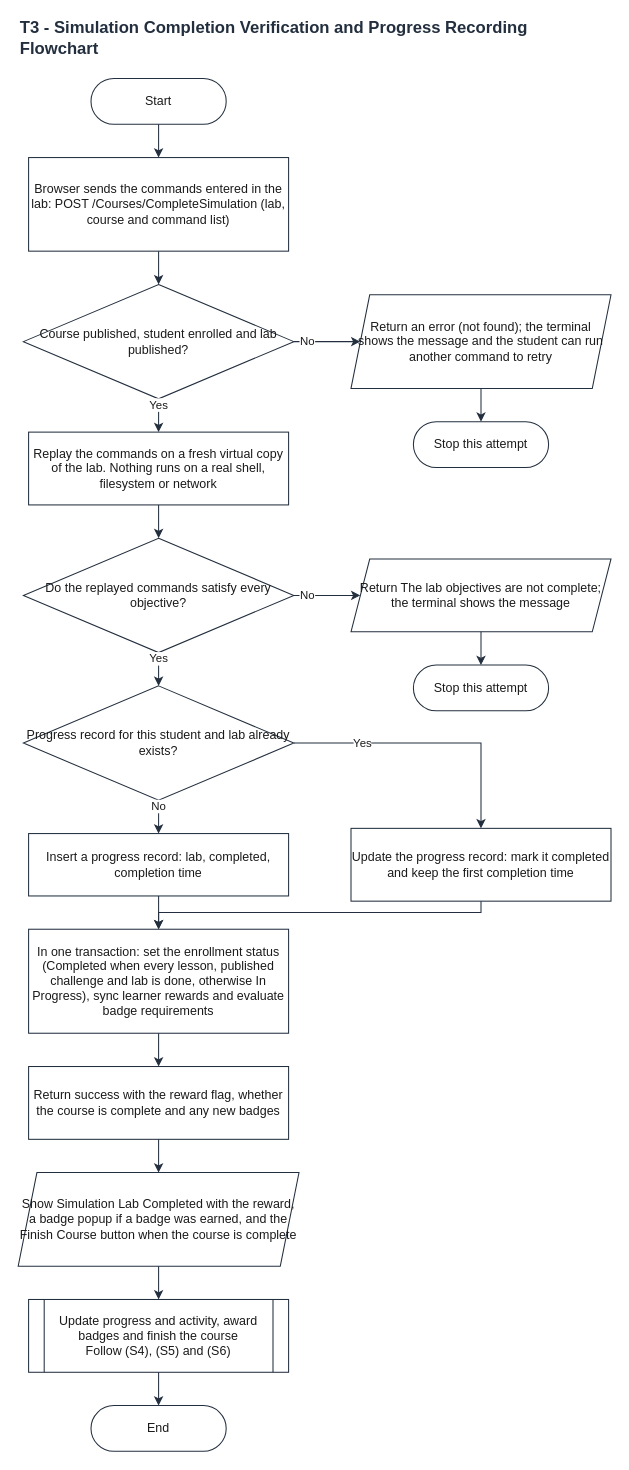
pikaitoh/HackAcad.Web keeps this draw.io diagram as UML DIAGRAMS/HackAcad_Terminal_Flowcharts/HackAcad_T3_Simulation_Completion_Verification.drawio. Above is the earlier version. Source tidied: cells renumbered, new cells numbered last; positions are measured from the earlier drawing's top-left corner, leaving out a move shared by most shapes. Both pictures are drawn from the tidied source at 104%, with x=0, y=0 at pixel (18, 22).
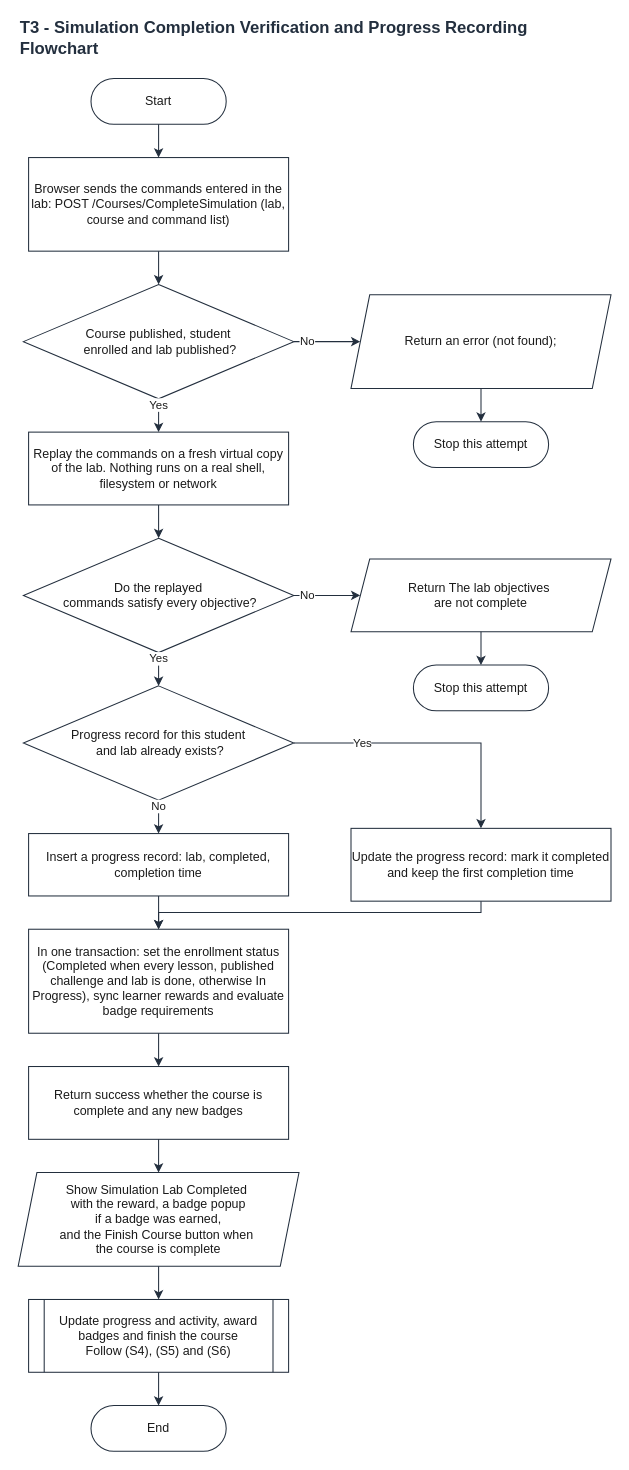
Above is the later version.

Commit message (it also covers changes not shown here):
updated terminal flowchart

The edit, as a diff of the source:
```diff
@@
-    <mxCell id="5" value="Course published, student enrolled and lab published?" style="rhombus;whiteSpace=wrap;html=1;fontFamily=Helvetica;fontSize=12;fontColor=#1A1A1A;strokeColor=#232F3E;fillColor=#FFFFFF;strokeWidth=1;" parent="1" vertex="1">
+    <mxCell id="5" value="&lt;div&gt;Course published, student&lt;/div&gt;&lt;div&gt;&amp;nbsp;enrolled and lab published?&lt;/div&gt;" style="rhombus;whiteSpace=wrap;html=1;fontFamily=Helvetica;fontSize=12;fontColor=#1A1A1A;strokeColor=#232F3E;fillColor=#FFFFFF;strokeWidth=1;" parent="1" vertex="1">
       <mxGeometry x="5" y="252" width="260" height="110" as="geometry" />
     </mxCell>
-    <mxCell id="6" value="Return an error (not found); the terminal shows the message and the student can run another command to retry" style="shape=parallelogram;perimeter=parallelogramPerimeter;fixedSize=1;size=18;whiteSpace=wrap;html=1;fontFamily=Helvetica;fontSize=12;fontColor=#1A1A1A;strokeColor=#232F3E;fillColor=#FFFFFF;strokeWidth=1;" parent="1" vertex="1">
+    <mxCell id="6" value="Return an error (not found);" style="shape=parallelogram;perimeter=parallelogramPerimeter;fixedSize=1;size=18;whiteSpace=wrap;html=1;fontFamily=Helvetica;fontSize=12;fontColor=#1A1A1A;strokeColor=#232F3E;fillColor=#FFFFFF;strokeWidth=1;" parent="1" vertex="1">
       <mxGeometry x="320" y="262" width="250" height="90" as="geometry" />
     </mxCell>
@@
-    <mxCell id="9" value="Do the replayed commands satisfy every objective?" style="rhombus;whiteSpace=wrap;html=1;fontFamily=Helvetica;fontSize=12;fontColor=#1A1A1A;strokeColor=#232F3E;fillColor=#FFFFFF;strokeWidth=1;" parent="1" vertex="1">
+    <mxCell id="9" value="&lt;div&gt;Do the replayed&lt;/div&gt;&lt;div&gt;&amp;nbsp;commands satisfy every objective?&lt;/div&gt;" style="rhombus;whiteSpace=wrap;html=1;fontFamily=Helvetica;fontSize=12;fontColor=#1A1A1A;strokeColor=#232F3E;fillColor=#FFFFFF;strokeWidth=1;" parent="1" vertex="1">
       <mxGeometry x="5" y="496" width="260" height="110" as="geometry" />
     </mxCell>
-    <mxCell id="10" value="Return The lab objectives are not complete; the terminal shows the message" style="shape=parallelogram;perimeter=parallelogramPerimeter;fixedSize=1;size=18;whiteSpace=wrap;html=1;fontFamily=Helvetica;fontSize=12;fontColor=#1A1A1A;strokeColor=#232F3E;fillColor=#FFFFFF;strokeWidth=1;" parent="1" vertex="1">
+    <mxCell id="10" value="&lt;div&gt;Return The lab objectives&amp;nbsp;&lt;/div&gt;&lt;div&gt;are not complete&lt;/div&gt;" style="shape=parallelogram;perimeter=parallelogramPerimeter;fixedSize=1;size=18;whiteSpace=wrap;html=1;fontFamily=Helvetica;fontSize=12;fontColor=#1A1A1A;strokeColor=#232F3E;fillColor=#FFFFFF;strokeWidth=1;" parent="1" vertex="1">
       <mxGeometry x="320" y="516" width="250" height="70" as="geometry" />
     </mxCell>
@@
-    <mxCell id="12" value="Progress record for this student and lab already exists?" style="rhombus;whiteSpace=wrap;html=1;fontFamily=Helvetica;fontSize=12;fontColor=#1A1A1A;strokeColor=#232F3E;fillColor=#FFFFFF;strokeWidth=1;" parent="1" vertex="1">
+    <mxCell id="12" value="&lt;div&gt;Progress record for this student&lt;/div&gt;&lt;div&gt;&amp;nbsp;and lab already exists?&lt;/div&gt;" style="rhombus;whiteSpace=wrap;html=1;fontFamily=Helvetica;fontSize=12;fontColor=#1A1A1A;strokeColor=#232F3E;fillColor=#FFFFFF;strokeWidth=1;" parent="1" vertex="1">
       <mxGeometry x="5" y="638" width="260" height="110" as="geometry" />
     </mxCell>
@@
-    <mxCell id="16" value="Return success with the reward flag, whether the course is complete and any new badges" style="rounded=0;whiteSpace=wrap;html=1;fontFamily=Helvetica;fontSize=12;fontColor=#1A1A1A;strokeColor=#232F3E;fillColor=#FFFFFF;strokeWidth=1;" parent="1" vertex="1">
+    <mxCell id="16" value="Return success whether the course is complete and any new badges" style="rounded=0;whiteSpace=wrap;html=1;fontFamily=Helvetica;fontSize=12;fontColor=#1A1A1A;strokeColor=#232F3E;fillColor=#FFFFFF;strokeWidth=1;" parent="1" vertex="1">
       <mxGeometry x="10" y="1004" width="250" height="70" as="geometry" />
     </mxCell>
-    <mxCell id="17" value="Show Simulation Lab Completed with the reward, a badge popup if a badge was earned, and the Finish Course button when the course is complete" style="shape=parallelogram;perimeter=parallelogramPerimeter;fixedSize=1;size=18;whiteSpace=wrap;html=1;fontFamily=Helvetica;fontSize=12;fontColor=#1A1A1A;strokeColor=#232F3E;fillColor=#FFFFFF;strokeWidth=1;" parent="1" vertex="1">
+    <mxCell id="17" value="&lt;div&gt;Show Simulation Lab Completed&amp;nbsp;&lt;/div&gt;&lt;div&gt;with the reward, a badge popup&lt;/div&gt;&lt;div&gt;&amp;nbsp;if a badge was earned,&amp;nbsp;&lt;/div&gt;&lt;div&gt;and the Finish Course button when&amp;nbsp;&lt;/div&gt;&lt;div&gt;the course is complete&lt;/div&gt;" style="shape=parallelogram;perimeter=parallelogramPerimeter;fixedSize=1;size=18;whiteSpace=wrap;html=1;fontFamily=Helvetica;fontSize=12;fontColor=#1A1A1A;strokeColor=#232F3E;fillColor=#FFFFFF;strokeWidth=1;" parent="1" vertex="1">
       <mxGeometry y="1106" width="270" height="90" as="geometry" />
     </mxCell>
```
